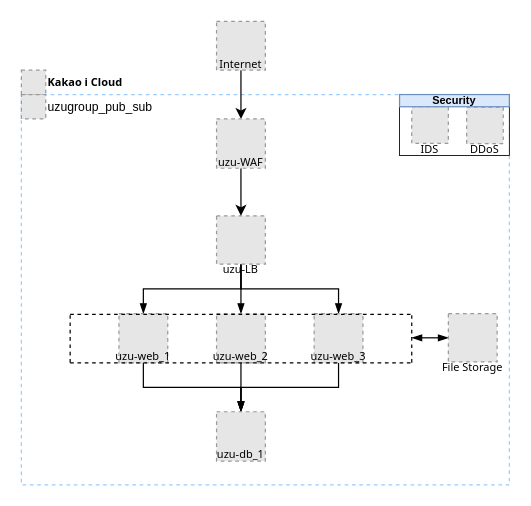
The draw.io diagram 우주그룹_구성도.drawio in GoodNara/Architecture-Diagram, before the edit. Source tidied: cells renumbered, new cells numbered last; positions are measured from the earlier drawing's top-left corner, leaving out a move shared by most shapes. Both pictures are drawn from the tidied source at 122%, with x=0, y=0 at pixel (21, 21). Pictures stored in the file or linked from it are replaced by grey dashed boxes.
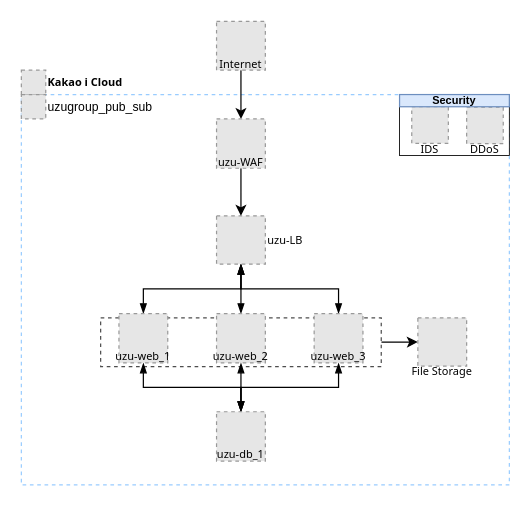
The same diagram, later.

Commit message:
우주그룹_구성도.drawio 업데이트

The change refers to these unchanged cells:
```xml
<mxCell id="11" value="uzu-web_1" style="fillColor=#E6E6E6;strokeColor=#999999;dashed=1;verticalLabelPosition=bottom;labelBackgroundColor=none;verticalAlign=top;fontStyle=0;fontSize=9;fontFamily=Tahoma;spacing=-15;" parent="1" vertex="1">
  <mxGeometry x="80" y="239.6" width="40" height="40.4" as="geometry" />
</mxCell>
<mxCell id="14" value="uzu-web_2" style="fillColor=#E6E6E6;strokeColor=#999999;dashed=1;verticalLabelPosition=bottom;labelBackgroundColor=none;verticalAlign=top;fontStyle=0;fontSize=9;fontFamily=Tahoma;spacing=-15;" parent="1" vertex="1">
  <mxGeometry x="160" y="239.6" width="40" height="40.4" as="geometry" />
</mxCell>
<mxCell id="16" value="uzu-web_3" style="fillColor=#E6E6E6;strokeColor=#999999;dashed=1;verticalLabelPosition=bottom;labelBackgroundColor=none;verticalAlign=top;fontStyle=0;fontSize=9;fontFamily=Tahoma;spacing=-15;" parent="1" vertex="1">
  <mxGeometry x="240" y="239.6" width="40" height="40.4" as="geometry" />
</mxCell>
<mxCell id="27" value="uzu-db_1" style="fillColor=#E6E6E6;strokeColor=#999999;dashed=1;verticalLabelPosition=bottom;labelBackgroundColor=none;verticalAlign=top;fontStyle=0;fontSize=9;fontFamily=Tahoma;spacing=-15;" parent="1" vertex="1">
  <mxGeometry x="160" y="320" width="40" height="40.4" as="geometry" />
</mxCell>
```

Diff of the diagram source:
```diff
@@
+    <mxCell id="31" style="edgeStyle=orthogonalEdgeStyle;rounded=0;jettySize=auto;html=1;exitX=1;exitY=0.5;exitDx=0;exitDy=0;" parent="1" edge="1" source="32" target="9">
+      <mxGeometry relative="1" as="geometry" />
+    </mxCell>
+    <mxCell id="32" style="rounded=0;whiteSpace=wrap;html=1;dashed=1;strokeColor=#4D4D4D;" parent="1" vertex="1">
+      <mxGeometry x="65" y="243" width="230" height="40" as="geometry" />
+    </mxCell>
@@
-    <mxCell id="4" style="edgeStyle=orthogonalEdgeStyle;rounded=0;jettySize=auto;html=1;exitX=0.5;exitY=1;exitDx=0;exitDy=0;endArrow=blockThin;endFill=1;fontSize=9;fontFamily=Tahoma;fontStyle=0;labelBackgroundColor=none;spacing=-5;" parent="1" edge="1" source="7" target="14">
+    <mxCell id="4" style="edgeStyle=orthogonalEdgeStyle;rounded=0;jettySize=auto;html=1;exitX=0.5;exitY=1;exitDx=0;exitDy=0;endArrow=blockThin;endFill=1;fontSize=9;fontFamily=Tahoma;fontStyle=0;labelBackgroundColor=none;spacing=-5;startArrow=blockThin;startFill=1;" parent="1" edge="1" source="7" target="14">
       <mxGeometry relative="1" as="geometry" />
     </mxCell>
-    <mxCell id="5" style="edgeStyle=orthogonalEdgeStyle;rounded=0;jettySize=auto;html=1;exitX=0.5;exitY=1;exitDx=0;exitDy=0;endArrow=blockThin;endFill=1;fontSize=9;fontFamily=Tahoma;fontStyle=0;labelBackgroundColor=none;spacing=-5;" parent="1" edge="1" source="7" target="11">
+    <mxCell id="5" style="edgeStyle=orthogonalEdgeStyle;rounded=0;jettySize=auto;html=1;exitX=0.5;exitY=1;exitDx=0;exitDy=0;endArrow=blockThin;endFill=1;fontSize=9;fontFamily=Tahoma;fontStyle=0;labelBackgroundColor=none;spacing=-5;startArrow=blockThin;startFill=1;" parent="1" edge="1" source="7" target="11">
       <mxGeometry relative="1" as="geometry" />
     </mxCell>
-    <mxCell id="6" style="edgeStyle=orthogonalEdgeStyle;rounded=0;jettySize=auto;html=1;exitX=0.5;exitY=1;exitDx=0;exitDy=0;endArrow=blockThin;endFill=1;fontSize=9;fontFamily=Tahoma;fontStyle=0;labelBackgroundColor=none;spacing=-5;" parent="1" edge="1" source="7" target="16">
+    <mxCell id="6" style="edgeStyle=orthogonalEdgeStyle;rounded=0;jettySize=auto;html=1;exitX=0.5;exitY=1;exitDx=0;exitDy=0;endArrow=blockThin;endFill=1;fontSize=9;fontFamily=Tahoma;fontStyle=0;labelBackgroundColor=none;spacing=-5;startArrow=blockThin;startFill=1;" parent="1" edge="1" source="7" target="16">
       <mxGeometry relative="1" as="geometry" />
     </mxCell>
-    <mxCell id="7" value="uzu-LB" style="fillColor=#E6E6E6;strokeColor=#999999;dashed=1;verticalLabelPosition=bottom;labelBackgroundColor=none;verticalAlign=top;fontStyle=0;fontSize=9;fontFamily=Tahoma;spacing=-5;" parent="1" vertex="1">
+    <mxCell id="7" value="uzu-LB" style="fillColor=#E6E6E6;strokeColor=#999999;dashed=1;verticalLabelPosition=middle;labelBackgroundColor=none;verticalAlign=middle;fontStyle=0;fontSize=9;fontFamily=Tahoma;spacing=2;labelPosition=right;align=left;" parent="1" vertex="1">
       <mxGeometry x="160" y="159.4" width="40" height="39.6" as="geometry" />
     </mxCell>
-    <mxCell id="8" style="edgeStyle=orthogonalEdgeStyle;rounded=0;jettySize=auto;html=1;startArrow=blockThin;startFill=1;endArrow=blockThin;endFill=1;fontSize=9;fontFamily=Tahoma;fontStyle=0;labelBackgroundColor=none;spacing=-5;" parent="1" edge="1" source="9">
-      <mxGeometry relative="1" as="geometry">
-        <mxPoint x="320" y="259.4" as="targetPoint" />
-      </mxGeometry>
-    </mxCell>
     <mxCell id="9" value="File Storage" style="fillColor=#E6E6E6;strokeColor=#999999;dashed=1;verticalLabelPosition=bottom;labelBackgroundColor=none;verticalAlign=top;fontStyle=0;fontSize=9;fontFamily=Tahoma;spacing=-5;" parent="1" vertex="1">
-      <mxGeometry x="350" y="239.6" width="40" height="39.6" as="geometry" />
+      <mxGeometry x="325" y="243" width="40" height="39.6" as="geometry" />
     </mxCell>
-    <mxCell id="10" style="edgeStyle=orthogonalEdgeStyle;rounded=0;jettySize=auto;html=1;exitX=0.5;exitY=1;exitDx=0;exitDy=0;endArrow=blockThin;endFill=1;fontSize=9;fontFamily=Tahoma;fontStyle=0;labelBackgroundColor=none;spacing=-5;" parent="1" edge="1" source="11" target="27">
+    <mxCell id="10" style="edgeStyle=orthogonalEdgeStyle;rounded=0;jettySize=auto;html=1;exitX=0.5;exitY=1;exitDx=0;exitDy=0;endArrow=blockThin;endFill=1;fontSize=9;fontFamily=Tahoma;fontStyle=0;labelBackgroundColor=none;spacing=-5;startArrow=blockThin;startFill=1;" parent="1" edge="1" source="11" target="27">
       <mxGeometry relative="1" as="geometry" />
     </mxCell>
@@
-    <mxCell id="15" style="edgeStyle=orthogonalEdgeStyle;rounded=0;jettySize=auto;html=1;exitX=0.5;exitY=1;exitDx=0;exitDy=0;entryX=0.5;entryY=0;entryDx=0;entryDy=0;endArrow=blockThin;endFill=1;fontSize=9;fontFamily=Tahoma;fontStyle=0;labelBackgroundColor=none;spacing=-5;" parent="1" edge="1" source="16" target="27">
+    <mxCell id="15" style="edgeStyle=orthogonalEdgeStyle;rounded=0;jettySize=auto;html=1;exitX=0.5;exitY=1;exitDx=0;exitDy=0;entryX=0.5;entryY=0;entryDx=0;entryDy=0;endArrow=blockThin;endFill=1;fontSize=9;fontFamily=Tahoma;fontStyle=0;labelBackgroundColor=none;spacing=-5;startArrow=blockThin;startFill=1;" parent="1" edge="1" source="16" target="27">
       <mxGeometry relative="1" as="geometry" />
     </mxCell>
@@
-    <mxCell id="21" style="group;fontSize=9;fontFamily=Tahoma;fontStyle=0;labelBackgroundColor=none;spacing=-5;" parent="1" vertex="1">
-      <mxGeometry x="40" y="240" width="280" height="40" as="geometry" />
-    </mxCell>
-    <mxCell id="22" style="endArrow=none;dashed=1;html=1;rounded=0;fontSize=9;fontFamily=Tahoma;fontStyle=0;labelBackgroundColor=none;spacing=-5;" parent="21" edge="1">
-      <mxGeometry relative="1" as="geometry">
-        <mxPoint y="39.8" as="sourcePoint" />
-        <mxPoint as="targetPoint" />
-      </mxGeometry>
-    </mxCell>
-    <mxCell id="23" style="endArrow=none;dashed=1;html=1;rounded=0;fontSize=9;fontFamily=Tahoma;fontStyle=0;labelBackgroundColor=none;spacing=-5;" parent="21" edge="1">
-      <mxGeometry relative="1" as="geometry">
-        <mxPoint y="0.2" as="sourcePoint" />
-        <mxPoint x="280" y="0.2" as="targetPoint" />
-      </mxGeometry>
-    </mxCell>
-    <mxCell id="24" style="endArrow=none;dashed=1;html=1;rounded=0;fontSize=9;fontFamily=Tahoma;fontStyle=0;labelBackgroundColor=none;spacing=-5;" parent="21" edge="1">
-      <mxGeometry relative="1" as="geometry">
-        <mxPoint y="40" as="sourcePoint" />
-        <mxPoint x="280" y="40" as="targetPoint" />
-      </mxGeometry>
-    </mxCell>
-    <mxCell id="25" style="endArrow=none;dashed=1;html=1;rounded=0;fontSize=9;fontFamily=Tahoma;fontStyle=0;labelBackgroundColor=none;spacing=-5;" parent="21" edge="1">
-      <mxGeometry relative="1" as="geometry">
-        <mxPoint x="280" y="39.8" as="sourcePoint" />
-        <mxPoint x="280" as="targetPoint" />
-      </mxGeometry>
-    </mxCell>
-    <mxCell id="26" style="edgeStyle=orthogonalEdgeStyle;rounded=0;jettySize=auto;html=1;exitX=0.5;exitY=1;exitDx=0;exitDy=0;endArrow=blockThin;endFill=1;fontSize=9;fontFamily=Tahoma;fontStyle=0;labelBackgroundColor=none;spacing=-5;" parent="1" edge="1" source="14" target="27">
+    <mxCell id="26" style="edgeStyle=orthogonalEdgeStyle;rounded=0;jettySize=auto;html=1;exitX=0.5;exitY=1;exitDx=0;exitDy=0;endArrow=blockThin;endFill=1;fontSize=9;fontFamily=Tahoma;fontStyle=0;labelBackgroundColor=none;spacing=-5;startArrow=blockThin;startFill=1;" parent="1" edge="1" source="14" target="27">
       <mxGeometry relative="1" as="geometry" />
     </mxCell>
```
